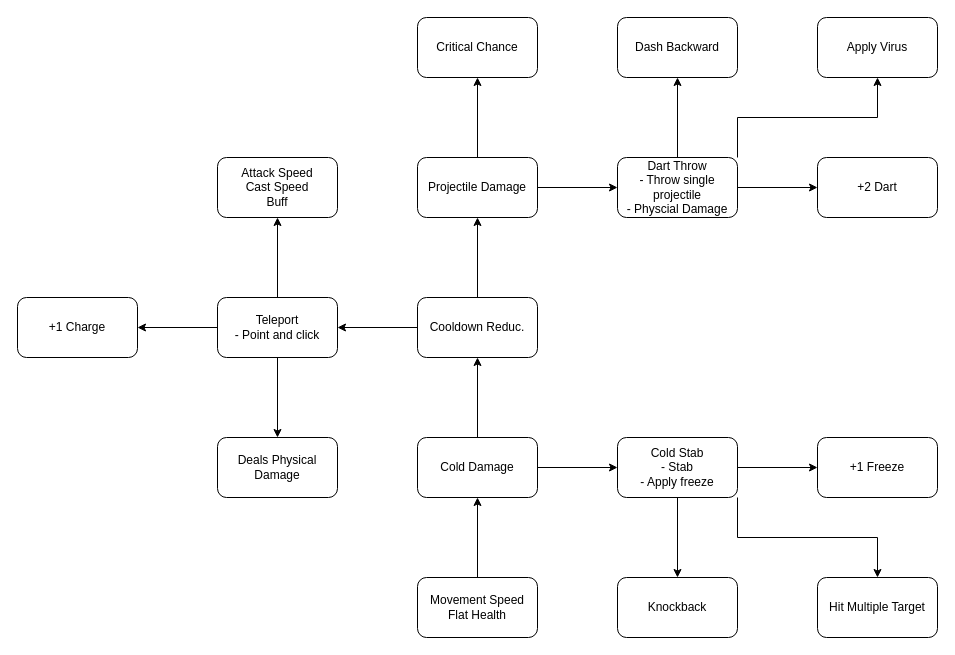
Above: page "Umbra" (11 of 21) of Docs/SkillTree.drawio in LeVieuxSinge/RoguelikeGame (draw.io), before the change. Source tidied: cells renumbered, new cells numbered last; positions are measured from the earlier drawing's top-left corner, leaving out a move shared by most shapes. Both pictures are drawn from the tidied source at 100%, with x=0, y=0 at pixel (17, 17).
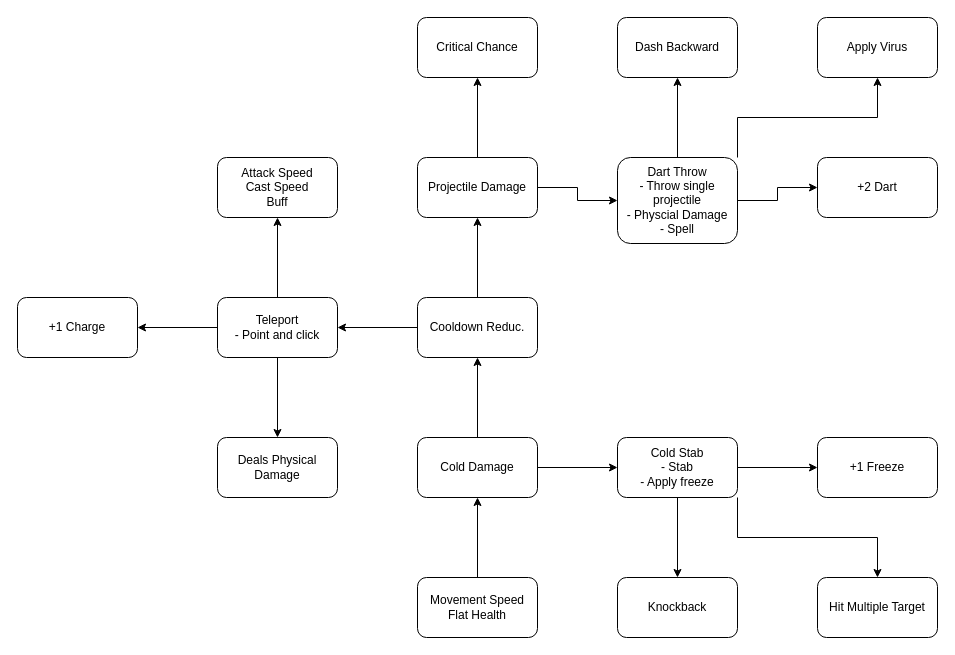
The same page after the edit.

What changed in the source:
```diff
@@
-    <mxCell id="24" value="Dart Throw&lt;br&gt;- Throw single projectile&lt;br&gt;- Physcial Damage" style="rounded=1;whiteSpace=wrap;html=1;" parent="1" vertex="1">
-      <mxGeometry x="600" y="140" width="120" height="60" as="geometry" />
+    <mxCell id="24" value="Dart Throw&lt;br&gt;- Throw single projectile&lt;br&gt;- Physcial Damage&lt;br&gt;- Spell" style="rounded=1;whiteSpace=wrap;html=1;" parent="1" vertex="1">
+      <mxGeometry x="600" y="140" width="120" height="86" as="geometry" />
     </mxCell>
```
